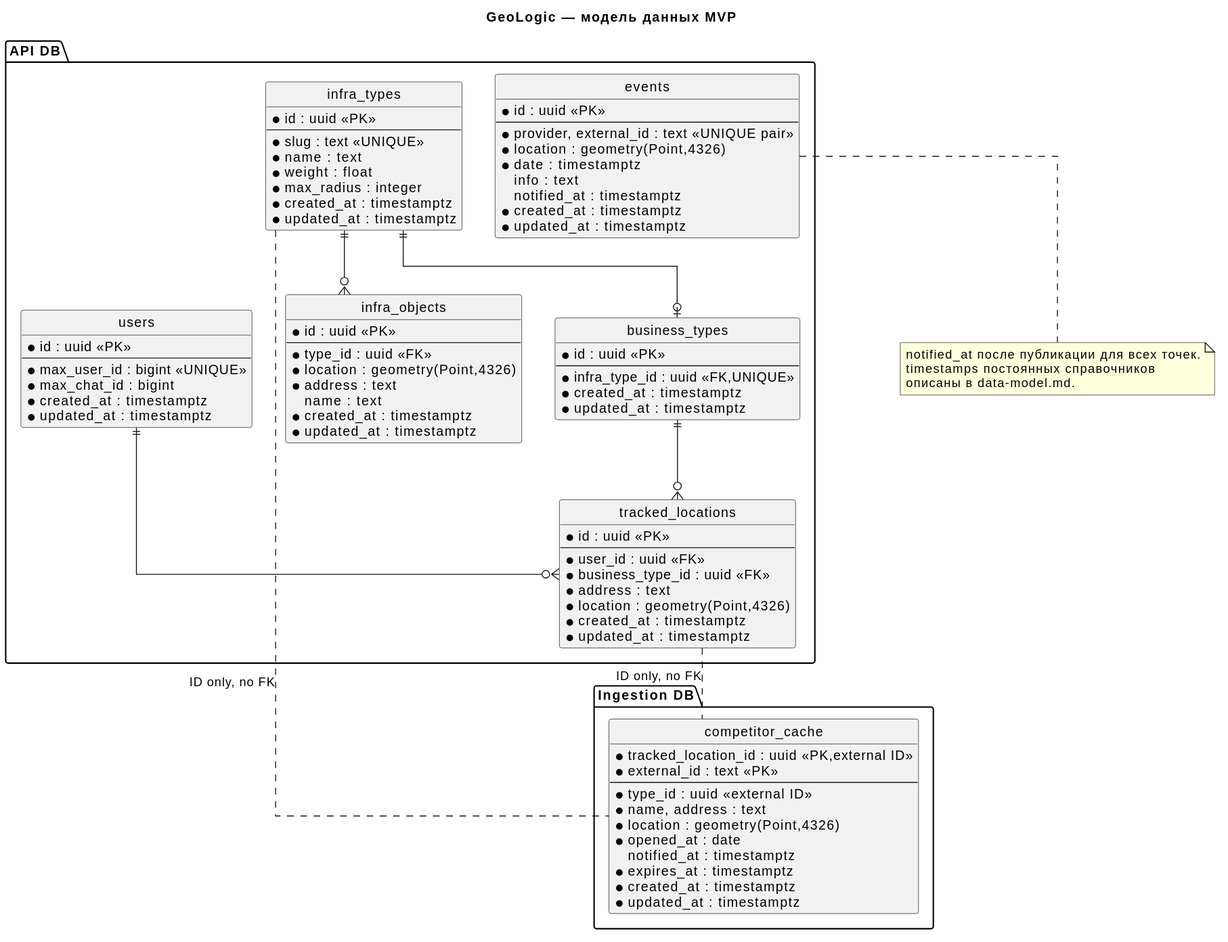
Earlier version of the PlantUML export docs/diagrams/rendered/er-model.svg (kotafan1rich/GeoLogic-Monitor).
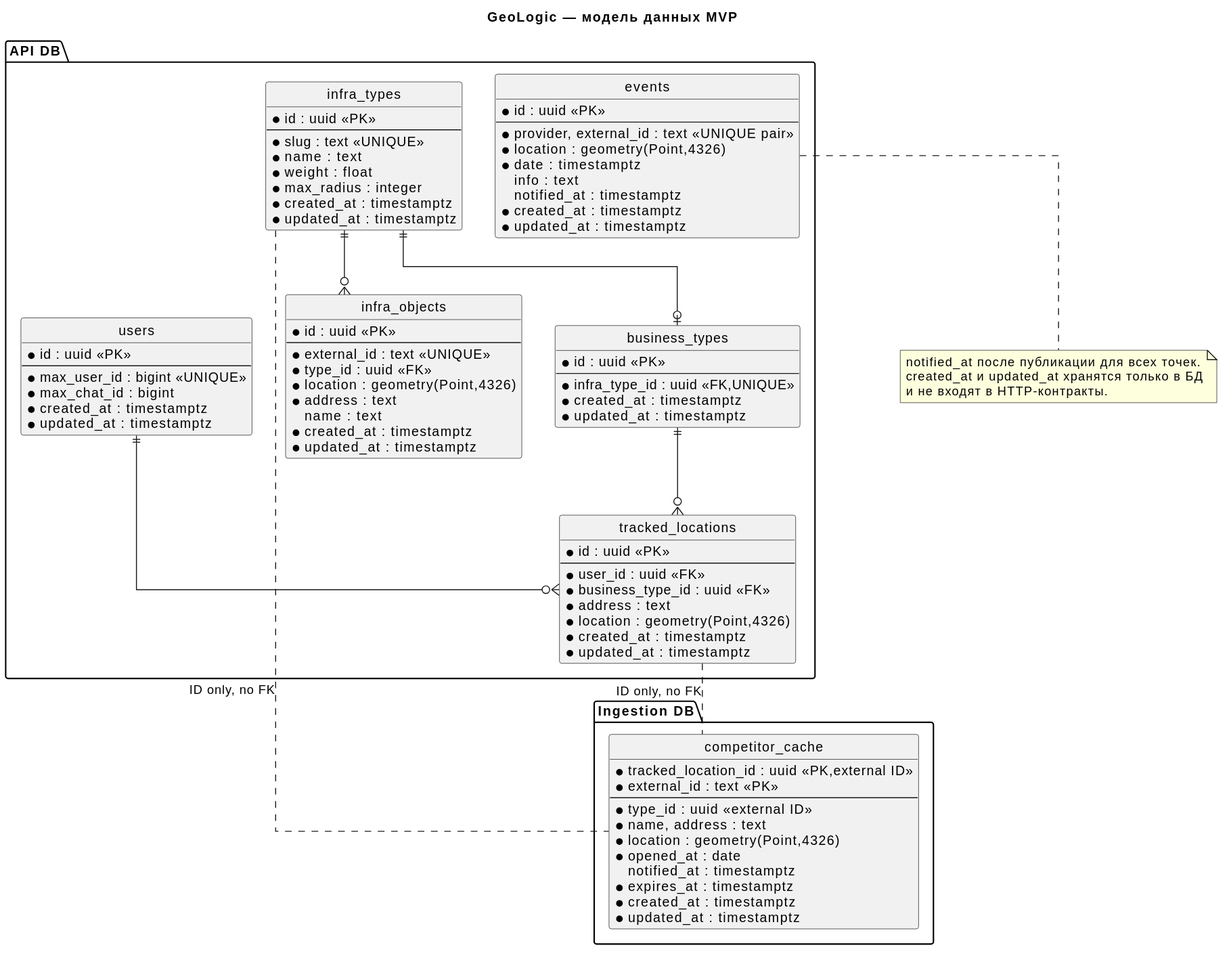
The same diagram one commit later.

The edit, as a diff of the source:
```diff
@@ -34,6 +34,7 @@
 entity infra_objects {
  * id : uuid <<PK>>
  --
+ * external_id : text <<UNIQUE>>
  * type_id : uuid <<FK>>
  * location : geometry(Point,4326)
  * address : text
@@ -83,7 +84,7 @@
 infra_types .. competitor_cache : ID only, no FK
 note bottom of events
  notified_at после публикации для всех точек.
- timestamps постоянных справочников
- описаны в data-model.md.
+ created_at и updated_at хранятся только в БД
+ и не входят в HTTP-контракты.
 end note
 @enduml
```
